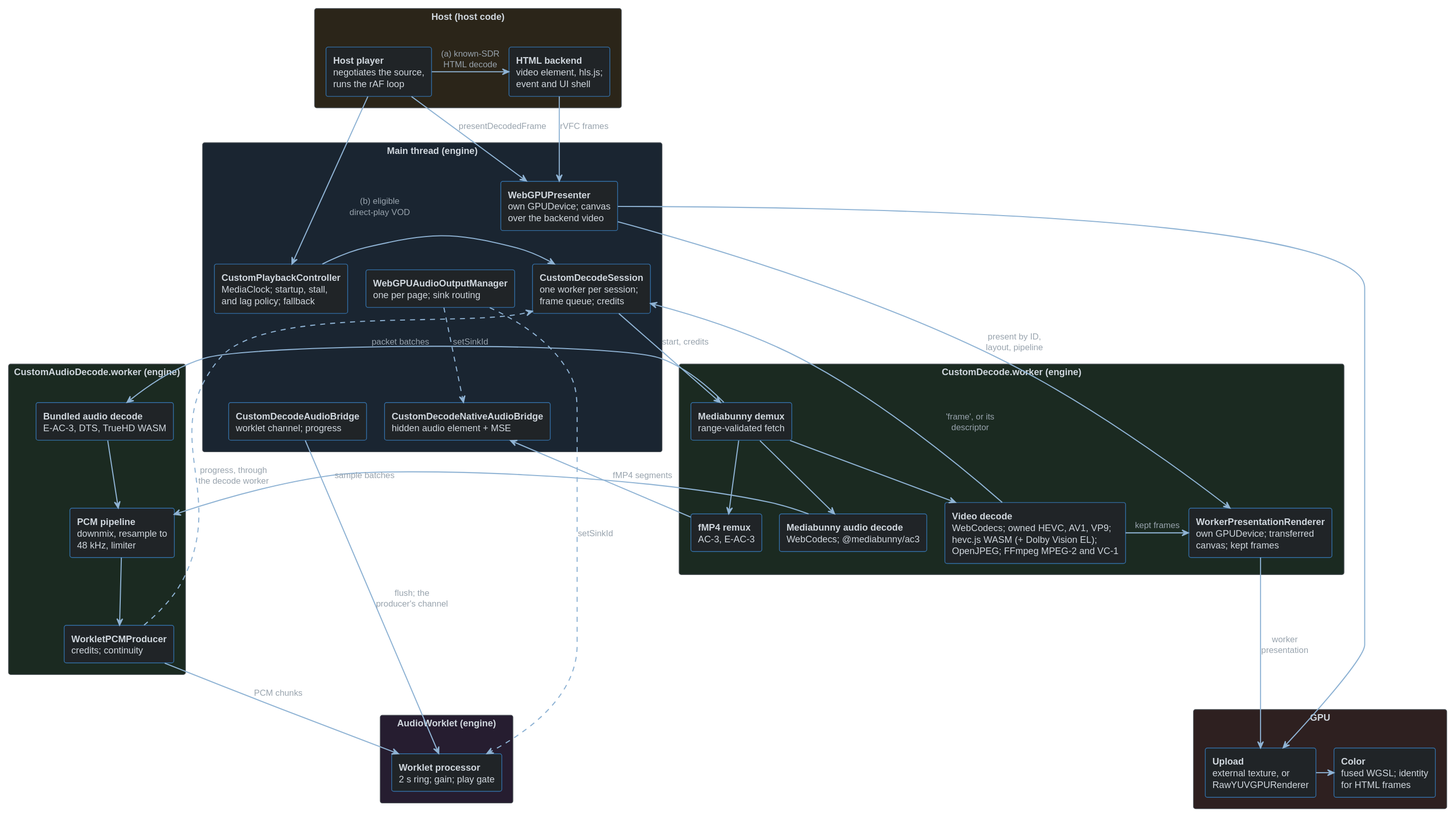
Before: docs/book/diagrams/architecture-layers.dark.svg, a diagram exported from PlantUML (alchemyyy/WebGPU-Player). Source of this version:
```plantuml
@startuml
!include diagram-theme.puml
skinparam nodesep 25
skinparam ranksep 45

rectangle "Host (host code)" $BOX_HOST {
  rectangle "**Host player**\nnegotiates the source,\nruns the rAF loop" as hostPlayer
  rectangle "**HTML backend**\nvideo element, hls.js;\nevent and UI shell" as htmlBackend
}

rectangle "Main thread (engine)" $BOX_MAIN {
  rectangle "**CustomPlaybackController**\nMediaClock; startup, stall,\nand lag policy; fallback" as controller
  rectangle "**CustomDecodeSession**\none worker per session;\nframe queue; credits" as session
  rectangle "**WebGPUPresenter**\nown GPUDevice; canvas\nover the backend video" as presenter
  rectangle "**CustomDecodeAudioBridge**\nworklet channel; progress" as pcmBridge
  rectangle "**CustomDecodeNativeAudioBridge**\nhidden audio element + MSE" as nativeBridge
  rectangle "**WebGPUAudioOutputManager**\none per page; sink routing" as sinkManager
}

rectangle "CustomDecode.worker (engine)" $BOX_WORKER {
  rectangle "**Mediabunny demux**\nrange-validated fetch" as demux
  rectangle "**Video decode**\nWebCodecs; owned HEVC, AV1, VP9;\nhevc.js WASM (+ Dolby Vision EL);\nOpenJPEG; FFmpeg MPEG-2 and VC-1" as videoDecoders
  rectangle "**Mediabunny audio decode**\nWebCodecs; @mediabunny/ac3" as audioDecoders
  rectangle "**fMP4 remux**\nAC-3, E-AC-3" as remux
  rectangle "**WorkerPresentationRenderer**\nown GPUDevice; transferred\ncanvas; kept frames" as workerRenderer
}

rectangle "CustomAudioDecode.worker (engine)" $BOX_WORKER {
  rectangle "**Bundled audio decode**\nE-AC-3, DTS, TrueHD WASM" as bundledAudioDecoders
  rectangle "**PCM pipeline**\ndownmix, resample to\n48 kHz, limiter" as pcmPipeline
  rectangle "**WorkletPCMProducer**\ncredits; continuity" as producer
}

rectangle "AudioWorklet (engine)" $BOX_WORKLET {
  rectangle "**Worklet processor**\n2 s ring; gain; play gate" as processor
}

rectangle "GPU" $BOX_GPU {
  rectangle "**Upload**\nexternal texture, or\nRawYUVGPURenderer" as upload
  rectangle "**Color**\nfused WGSL; identity\nfor HTML frames" as colorShader
}

hostPlayer -right-> htmlBackend : (a) known-SDR\nHTML decode
hostPlayer -down-> controller : (b) eligible\ndirect-play VOD
htmlBackend -down-> presenter : rVFC frames
hostPlayer -down-> presenter : presentDecodedFrame

controller -right-> session
session -down-> demux : start, credits
demux -down-> videoDecoders
demux -down-> audioDecoders
demux -down-> remux
demux -right-> bundledAudioDecoders : packet batches
audioDecoders -right-> pcmPipeline : sample batches
bundledAudioDecoders -down-> pcmPipeline
pcmPipeline -down-> producer
videoDecoders -up-> session : 'frame', or its\ndescriptor
videoDecoders -right-> workerRenderer : kept frames
presenter -down-> workerRenderer : present by ID,\nlayout, pipeline
workerRenderer -right-> upload : worker\npresentation
producer -down-> processor : PCM chunks
producer ..> session : progress, through\nthe decode worker
remux -up-> nativeBridge : fMP4 segments
pcmBridge -down-> processor : flush; the\nproducer's channel
presenter -right-> upload
upload -right-> colorShader
sinkManager ..> processor : setSinkId
sinkManager ..> nativeBridge : setSinkId

controller -[hidden]down-> pcmBridge
session -[hidden]down-> nativeBridge
presenter -[hidden]down-> sinkManager
processor -[hidden]right-> upload
@enduml
```
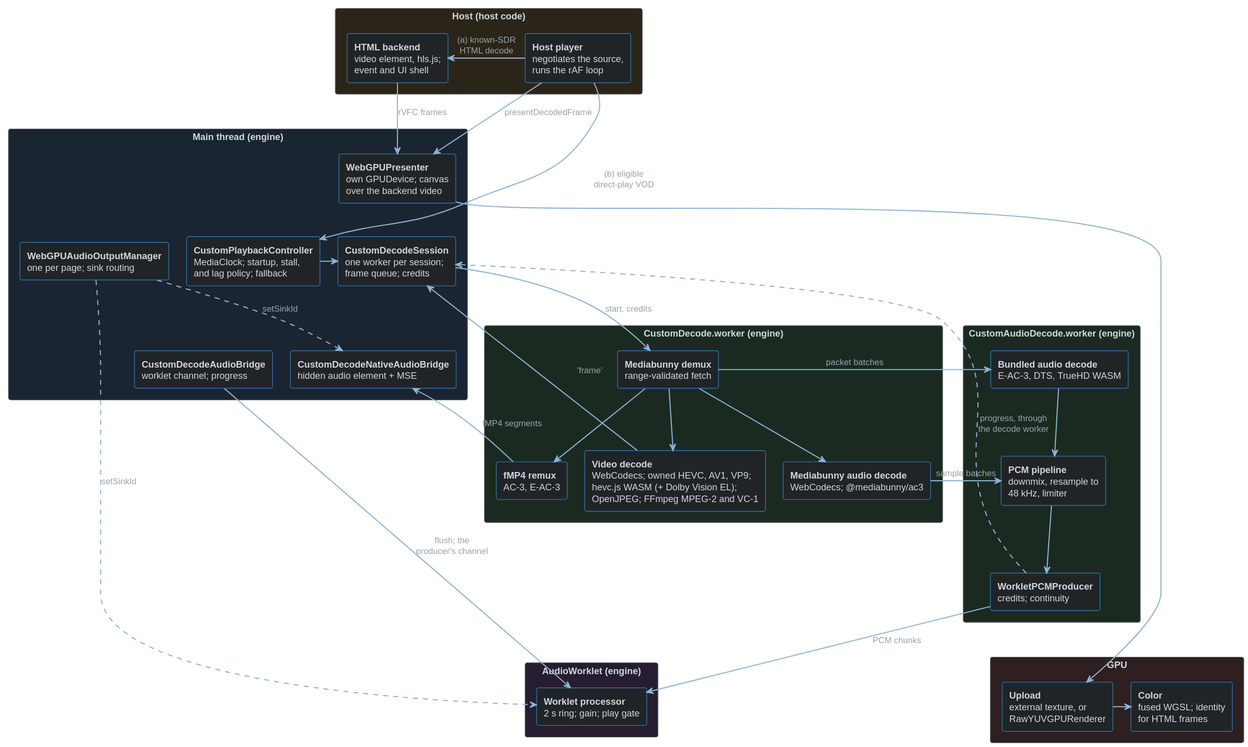
Above is the later version.

Diff of the diagram source:
```diff
@@ -22,7 +22,6 @@
   rectangle "**Video decode**\nWebCodecs; owned HEVC, AV1, VP9;\nhevc.js WASM (+ Dolby Vision EL);\nOpenJPEG; FFmpeg MPEG-2 and VC-1" as videoDecoders
   rectangle "**Mediabunny audio decode**\nWebCodecs; @mediabunny/ac3" as audioDecoders
   rectangle "**fMP4 remux**\nAC-3, E-AC-3" as remux
-  rectangle "**WorkerPresentationRenderer**\nown GPUDevice; transferred\ncanvas; kept frames" as workerRenderer
 }
 
 rectangle "CustomAudioDecode.worker (engine)" $BOX_WORKER {
@@ -54,10 +53,7 @@
 audioDecoders -right-> pcmPipeline : sample batches
 bundledAudioDecoders -down-> pcmPipeline
 pcmPipeline -down-> producer
-videoDecoders -up-> session : 'frame', or its\ndescriptor
-videoDecoders -right-> workerRenderer : kept frames
-presenter -down-> workerRenderer : present by ID,\nlayout, pipeline
-workerRenderer -right-> upload : worker\npresentation
+videoDecoders -up-> session : 'frame'
 producer -down-> processor : PCM chunks
 producer ..> session : progress, through\nthe decode worker
 remux -up-> nativeBridge : fMP4 segments
```
